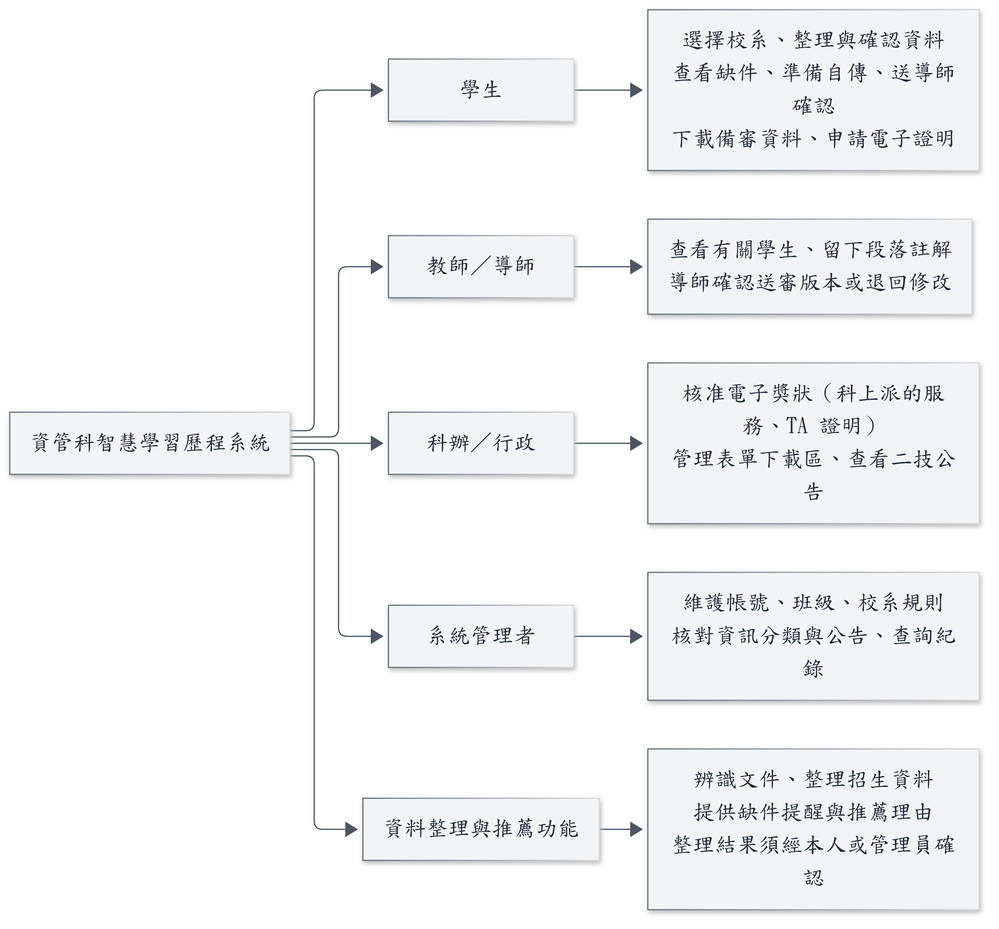
Earlier version of the Mermaid export docs/images/D-23-function-architecture.png (111534107/smart-learning-portfolio-main). Its source is kept beside it as docs/images/D-23-function-architecture.mmd.
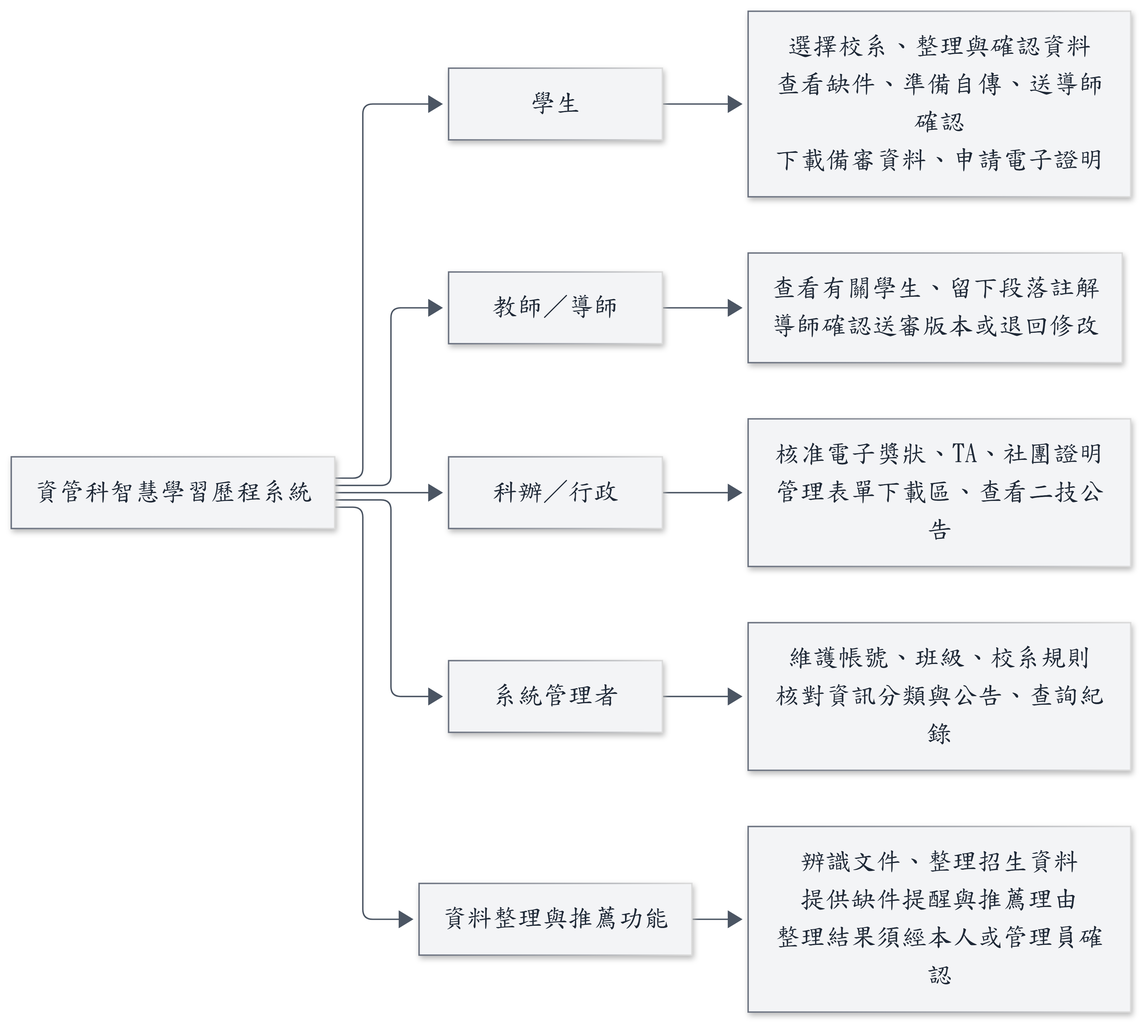
Later version of the same file.

Change to the diagram source:
```diff
@@ -7,6 +7,6 @@
   S --> AI[資料整理與推薦功能]
   ST --> ST1[選擇校系、整理與確認資料<br/>查看缺件、準備自傳、送導師確認<br/>下載備審資料、申請電子證明]
   TE --> TE1[查看有關學生、留下段落註解<br/>導師確認送審版本或退回修改]
-  OF --> OF1[核准電子獎狀（科上派的服務、TA 證明）<br/>管理表單下載區、查看二技公告]
+  OF --> OF1[核准電子獎狀、TA、社團證明<br/>管理表單下載區、查看二技公告]
   AD --> AD1[維護帳號、班級、校系規則<br/>核對資訊分類與公告、查詢紀錄]
   AI --> AI1[辨識文件、整理招生資料<br/>提供缺件提醒與推薦理由<br/>整理結果須經本人或管理員確認]
```
